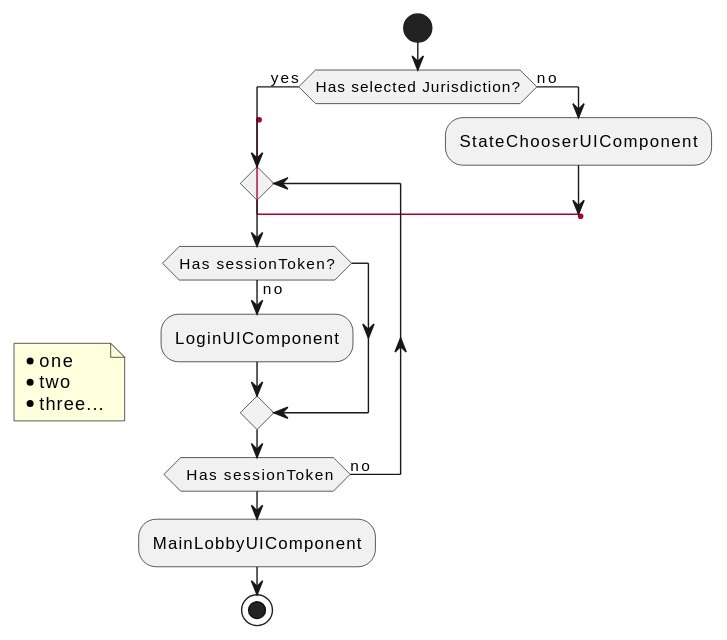
Earlier version of the PlantUML export uml/login.svg (palainteractivedev/umlmodels). The source it was exported from:
```plantuml
@startuml
start
if (Has selected Jurisdiction?) then (yes)
  label lbl_login
  repeat
    if (Has sessionToken?) then (no)
      :LoginUIComponent;
    endif
  repeat while( Has sessionToken) is (no)
  :MainLobbyUIComponent;
  stop
else (no)
  :StateChooserUIComponent;
  goto lbl_login
endif
note left
  * one
  * two
  * three...
end note
@enduml
```
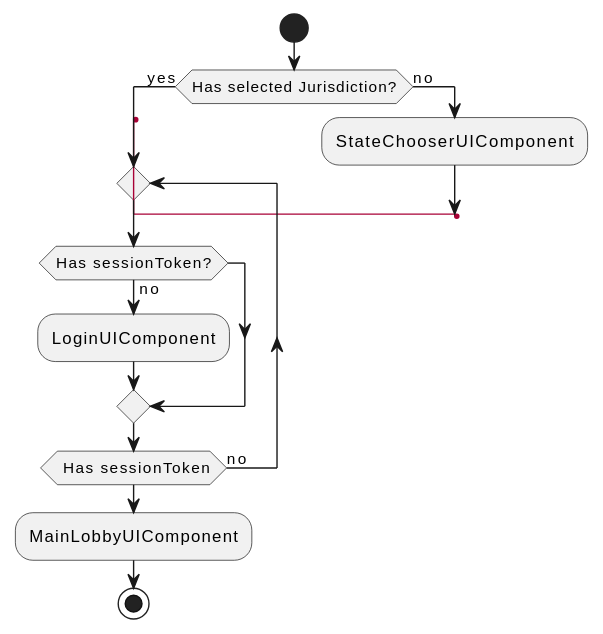
Later version of the same file.

The edit, as a diff of the source:
```diff
@@ -13,9 +13,4 @@
   :StateChooserUIComponent;
   goto lbl_login
 endif
-note left
-  * one
-  * two
-  * three...
-end note
 @enduml
```
